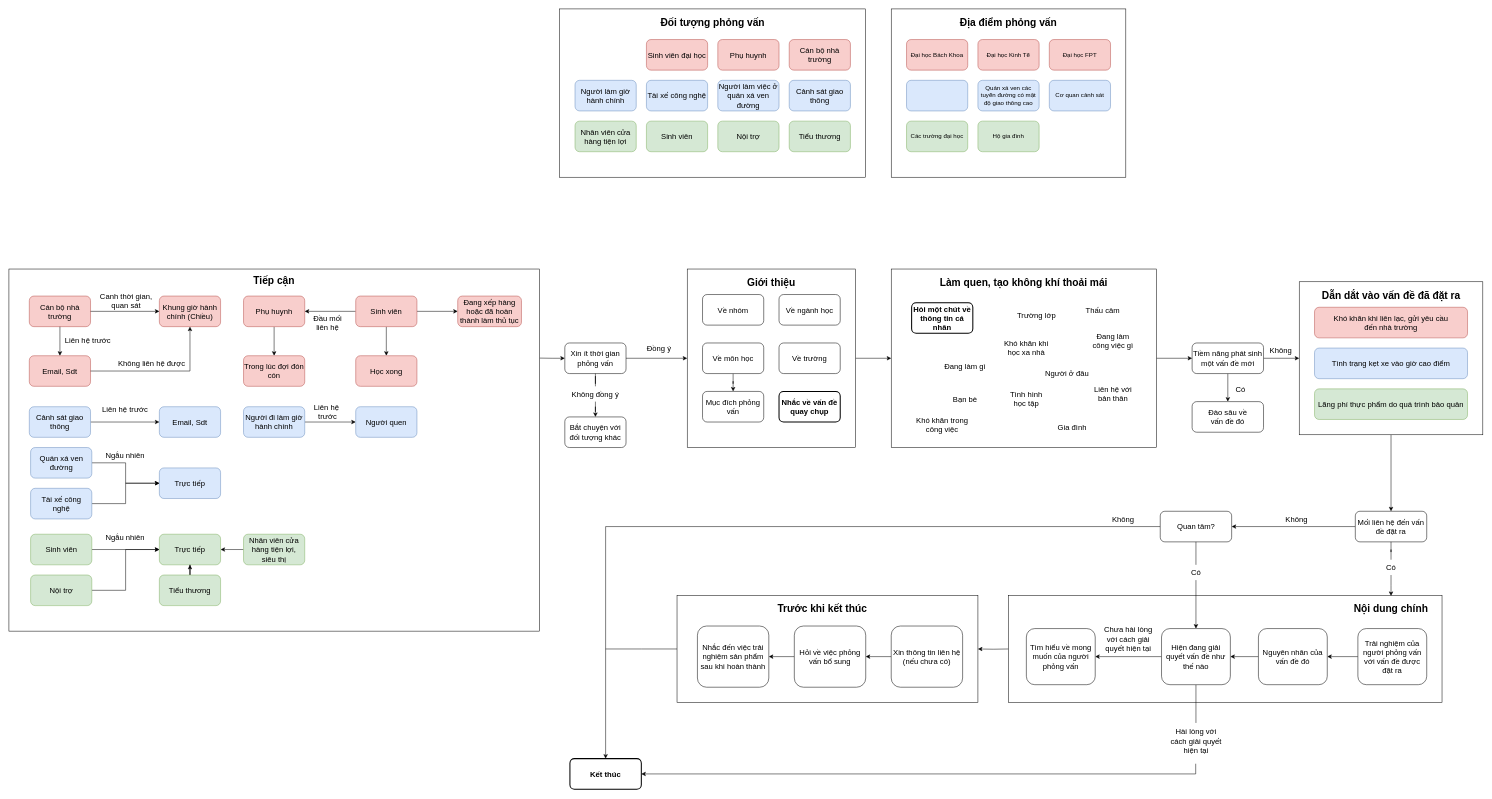
Above: Untitled Diagram.drawio in lukas0173/Draw.io (draw.io), before the change. Source tidied: cells renumbered, new cells numbered last; positions are measured from the earlier drawing's top-left corner, leaving out a move shared by most shapes. Both pictures are drawn from the tidied source at 51%, with x=0, y=0 at pixel (9, 9).
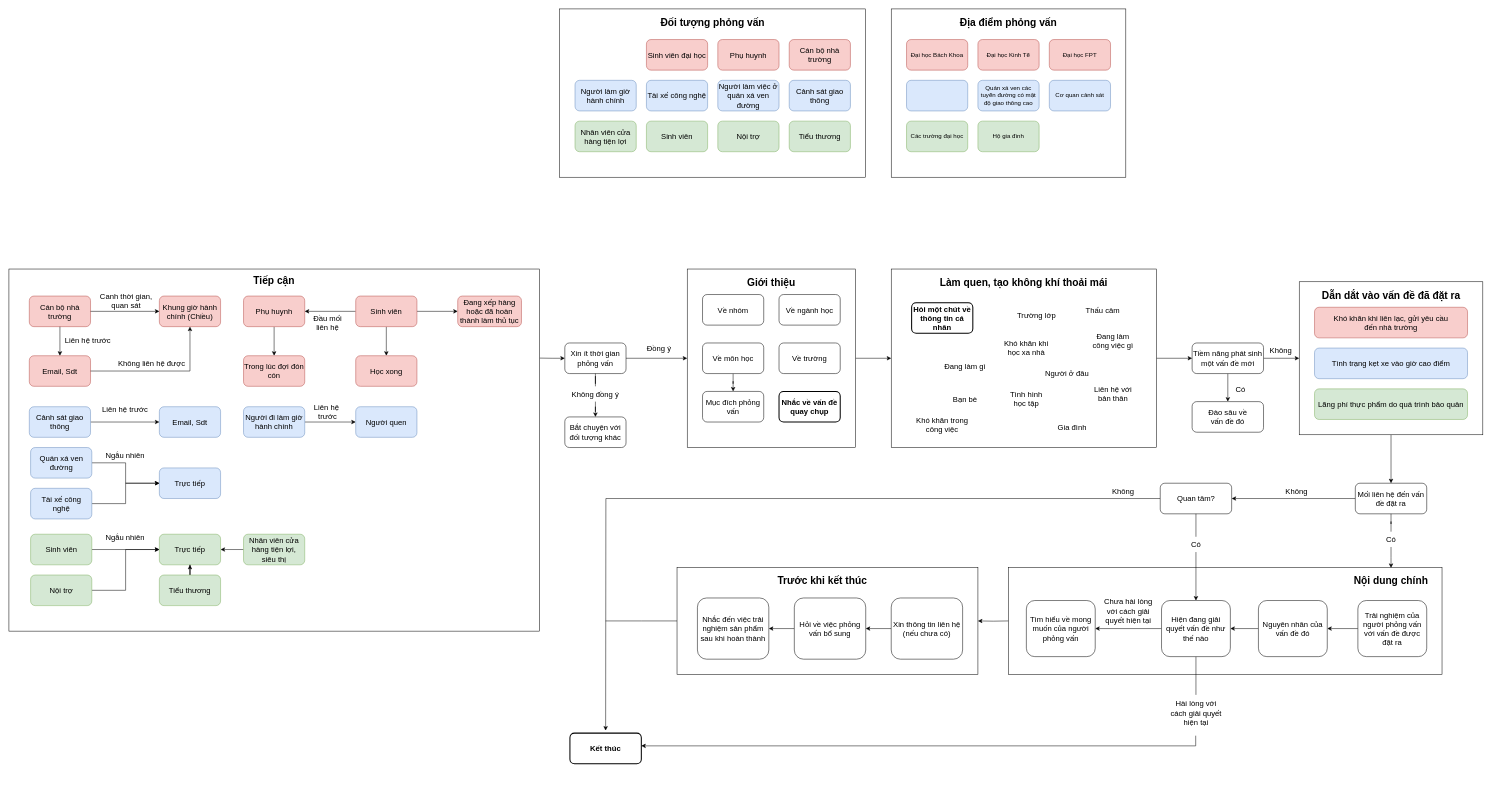
The same diagram, later.

The edit, as a diff of the source:
```diff
@@
     <mxCell id="2" style="edgeStyle=orthogonalEdgeStyle;rounded=0;jettySize=auto;html=1;entryX=1;entryY=0.5;entryDx=0;entryDy=0;" parent="1" edge="1" target="145">
       <mxGeometry relative="1" as="geometry">
-        <mxPoint x="1960" y="1255" as="sourcePoint" />
+        <mxPoint x="1960" y="1200" as="sourcePoint" />
       </mxGeometry>
     </mxCell>
     <mxCell id="3" style="rounded=0;whiteSpace=wrap;html=1;" parent="1" vertex="1">
-      <mxGeometry x="1960" y="1150" width="850" height="210" as="geometry" />
+      <mxGeometry x="1960" y="1095" width="850" height="210" as="geometry" />
     </mxCell>
@@
     <mxCell id="65" value="&lt;span style=&quot;font-size: 20px;&quot;&gt;Nội dung chính&lt;/span&gt;" style="text;html=1;align=center;verticalAlign=middle;whiteSpace=wrap;rounded=0;fontStyle=1;" parent="1" vertex="1">
-      <mxGeometry x="2615" y="1160" width="190" height="30" as="geometry" />
+      <mxGeometry x="2615" y="1105" width="190" height="30" as="geometry" />
     </mxCell>
     <mxCell id="66" style="edgeStyle=orthogonalEdgeStyle;rounded=0;orthogonalLoop=1;jettySize=auto;html=1;exitX=0.5;exitY=1;exitDx=0;exitDy=0;" parent="1" edge="1">
       <mxGeometry relative="1" as="geometry">
-        <mxPoint x="2743.8" y="1255" as="sourcePoint" />
-        <mxPoint x="2743.8" y="1255" as="targetPoint" />
+        <mxPoint x="2743.8" y="1200" as="sourcePoint" />
+        <mxPoint x="2743.8" y="1200" as="targetPoint" />
       </mxGeometry>
     </mxCell>
     <mxCell id="67" style="edgeStyle=orthogonalEdgeStyle;rounded=0;jettySize=auto;html=1;" parent="1" edge="1" source="71">
       <mxGeometry relative="1" as="geometry">
-        <mxPoint x="2710" y="1151" as="targetPoint" />
+        <mxPoint x="2710" y="1096" as="targetPoint" />
       </mxGeometry>
     </mxCell>
@@
     <mxCell id="69" value="Mối liên hệ đến vấn đề đặt ra" style="rounded=1;whiteSpace=wrap;html=1;fontSize=15;" parent="1" vertex="1">
-      <mxGeometry x="2640" y="985" width="140" height="60" as="geometry" />
+      <mxGeometry x="2640" y="930" width="140" height="60" as="geometry" />
     </mxCell>
@@
     <mxCell id="71" value="Có" style="text;html=1;align=center;verticalAlign=middle;whiteSpace=wrap;rounded=0;fontSize=15;" parent="1" vertex="1">
-      <mxGeometry x="2655" y="1080" width="110" height="30" as="geometry" />
+      <mxGeometry x="2655" y="1025" width="110" height="30" as="geometry" />
     </mxCell>
@@
-    <mxCell id="73" style="edgeStyle=orthogonalEdgeStyle;rounded=0;jettySize=auto;html=1;entryX=0.5;entryY=0;entryDx=0;entryDy=0;" parent="1" edge="1" source="74" target="76">
-      <mxGeometry relative="1" as="geometry" />
+    <mxCell id="73" style="edgeStyle=orthogonalEdgeStyle;rounded=0;jettySize=auto;html=1;entryX=0.5;entryY=0;entryDx=0;entryDy=0;" parent="1" edge="1" source="74">
+      <mxGeometry relative="1" as="geometry">
+        <mxPoint x="1170" y="1415" as="targetPoint" />
+      </mxGeometry>
     </mxCell>
     <mxCell id="74" value="Quan tâm?" style="rounded=1;whiteSpace=wrap;html=1;fontSize=15;" parent="1" vertex="1">
-      <mxGeometry x="2257.5" y="985" width="140" height="60" as="geometry" />
+      <mxGeometry x="2257.5" y="930" width="140" height="60" as="geometry" />
     </mxCell>
     <mxCell id="75" value="Không" style="text;html=1;align=center;verticalAlign=middle;whiteSpace=wrap;rounded=0;fontSize=15;" parent="1" vertex="1">
-      <mxGeometry x="2470" y="985" width="110" height="30" as="geometry" />
+      <mxGeometry x="2470" y="930" width="110" height="30" as="geometry" />
     </mxCell>
     <mxCell id="76" value="Kết thúc" style="rounded=1;whiteSpace=wrap;html=1;fontSize=15;fontStyle=1;strokeWidth=2;" parent="1" vertex="1">
-      <mxGeometry x="1100" y="1470" width="140" height="60" as="geometry" />
+      <mxGeometry x="1100" y="1420" width="140" height="60" as="geometry" />
     </mxCell>
     <mxCell id="77" value="Không" style="text;html=1;align=center;verticalAlign=middle;whiteSpace=wrap;rounded=0;fontSize=15;" parent="1" vertex="1">
-      <mxGeometry x="2130" y="985" width="110" height="30" as="geometry" />
+      <mxGeometry x="2130" y="930" width="110" height="30" as="geometry" />
     </mxCell>
@@
     <mxCell id="79" value="Trải nghiệm của người phỏng vấn với vấn đề được đặt ra" style="rounded=1;whiteSpace=wrap;html=1;fontSize=15;" parent="1" vertex="1">
-      <mxGeometry x="2645" y="1215" width="135" height="110" as="geometry" />
+      <mxGeometry x="2645" y="1160" width="135" height="110" as="geometry" />
     </mxCell>
@@
     <mxCell id="81" style="edgeStyle=orthogonalEdgeStyle;rounded=0;jettySize=auto;html=1;endArrow=none;startFill=0;" parent="1" edge="1" source="82">
       <mxGeometry relative="1" as="geometry">
-        <mxPoint x="2327.5" y="1400" as="targetPoint" />
+        <mxPoint x="2327.5" y="1345" as="targetPoint" />
       </mxGeometry>
     </mxCell>
     <mxCell id="82" value="Hiện đang giải quyết vấn đề như thế nào" style="rounded=1;whiteSpace=wrap;html=1;fontSize=15;" parent="1" vertex="1">
-      <mxGeometry x="2260" y="1215" width="135" height="110" as="geometry" />
+      <mxGeometry x="2260" y="1160" width="135" height="110" as="geometry" />
     </mxCell>
@@
     <mxCell id="84" value="Có" style="text;html=1;align=center;verticalAlign=middle;whiteSpace=wrap;rounded=0;fontSize=15;" parent="1" vertex="1">
-      <mxGeometry x="2272.5" y="1090" width="110" height="30" as="geometry" />
+      <mxGeometry x="2272.5" y="1035" width="110" height="30" as="geometry" />
     </mxCell>
     <mxCell id="85" value="Tìm hiểu về mong muốn của người phỏng vấn" style="rounded=1;whiteSpace=wrap;html=1;fontSize=15;" parent="1" vertex="1">
-      <mxGeometry x="1995" y="1215" width="135" height="110" as="geometry" />
+      <mxGeometry x="1995" y="1160" width="135" height="110" as="geometry" />
     </mxCell>
@@
     <mxCell id="144" style="edgeStyle=orthogonalEdgeStyle;rounded=0;jettySize=auto;html=1;endArrow=none;startFill=0;" parent="1" edge="1" source="145">
       <mxGeometry relative="1" as="geometry">
-        <mxPoint x="1170" y="1255" as="targetPoint" />
+        <mxPoint x="1170" y="1200" as="targetPoint" />
       </mxGeometry>
     </mxCell>
     <mxCell id="145" style="rounded=0;whiteSpace=wrap;html=1;" parent="1" vertex="1">
-      <mxGeometry x="1310" y="1150" width="590" height="210" as="geometry" />
+      <mxGeometry x="1310" y="1095" width="590" height="210" as="geometry" />
     </mxCell>
@@
     <mxCell id="147" value="Xin thông tin liên hệ (nếu chưa có)" style="rounded=1;whiteSpace=wrap;html=1;fontSize=15;" parent="1" vertex="1">
-      <mxGeometry x="1730" y="1210" width="140" height="120" as="geometry" />
+      <mxGeometry x="1730" y="1155" width="140" height="120" as="geometry" />
     </mxCell>
@@
     <mxCell id="149" value="Hỏi về việc phỏng vấn bổ sung" style="rounded=1;whiteSpace=wrap;html=1;fontSize=15;" parent="1" vertex="1">
-      <mxGeometry x="1540" y="1210" width="140" height="120" as="geometry" />
+      <mxGeometry x="1540" y="1155" width="140" height="120" as="geometry" />
     </mxCell>
     <mxCell id="150" value="Nhắc đến việc trải nghiệm sản phẩm sau khi hoàn thành" style="rounded=1;whiteSpace=wrap;html=1;fontSize=15;" parent="1" vertex="1">
-      <mxGeometry x="1350" y="1210" width="140" height="120" as="geometry" />
+      <mxGeometry x="1350" y="1155" width="140" height="120" as="geometry" />
     </mxCell>
     <mxCell id="151" value="&lt;span style=&quot;font-size: 20px;&quot;&gt;Trước khi kết thúc&lt;/span&gt;" style="text;html=1;align=center;verticalAlign=middle;whiteSpace=wrap;rounded=0;fontStyle=1;" parent="1" vertex="1">
-      <mxGeometry x="1500" y="1160" width="190" height="30" as="geometry" />
+      <mxGeometry x="1500" y="1105" width="190" height="30" as="geometry" />
     </mxCell>
@@
     <mxCell id="154" value="Nguyên nhân của vấn đề đó" style="rounded=1;whiteSpace=wrap;html=1;fontSize=15;" parent="1" vertex="1">
-      <mxGeometry x="2450" y="1215" width="135" height="110" as="geometry" />
+      <mxGeometry x="2450" y="1160" width="135" height="110" as="geometry" />
     </mxCell>
     <mxCell id="155" value="Chưa hài lòng với cách giải quyết hiện tại" style="text;html=1;align=center;verticalAlign=middle;whiteSpace=wrap;rounded=0;fontSize=15;" parent="1" vertex="1">
-      <mxGeometry x="2140" y="1220" width="110" height="30" as="geometry" />
+      <mxGeometry x="2140" y="1165" width="110" height="30" as="geometry" />
     </mxCell>
-    <mxCell id="156" style="edgeStyle=orthogonalEdgeStyle;rounded=0;jettySize=auto;html=1;entryX=1;entryY=0.5;entryDx=0;entryDy=0;" parent="1" edge="1" target="76">
+    <mxCell id="156" style="edgeStyle=orthogonalEdgeStyle;rounded=0;orthogonalLoop=1;jettySize=auto;html=1;entryX=1;entryY=0.5;entryDx=0;entryDy=0;" parent="1" edge="1">
       <mxGeometry relative="1" as="geometry">
-        <mxPoint x="2327" y="1480" as="sourcePoint" />
+        <mxPoint x="2327" y="1425" as="sourcePoint" />
+        <mxPoint x="1240" y="1445" as="targetPoint" />
         <Array as="points">
-          <mxPoint x="2327" y="1500" />
+          <mxPoint x="2327" y="1445" />
         </Array>
       </mxGeometry>
     </mxCell>
     <mxCell id="157" value="Hài lòng với cách giải quyết hiện tại" style="text;html=1;align=center;verticalAlign=middle;whiteSpace=wrap;rounded=0;fontSize=15;" parent="1" vertex="1">
-      <mxGeometry x="2272.5" y="1420" width="110" height="30" as="geometry" />
+      <mxGeometry x="2272.5" y="1365" width="110" height="30" as="geometry" />
     </mxCell>
```
